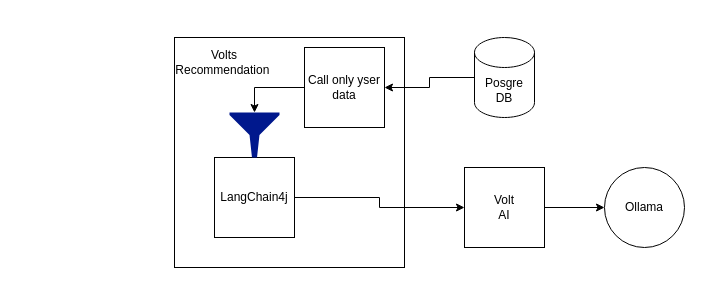
The draw.io diagram documentation/langchain4j_abstraction.drawio in 100volts/100volts-desktop, before the edit. Source tidied: cells renumbered, new cells numbered last; positions are measured from the earlier drawing's top-left corner, leaving out a move shared by most shapes. Both pictures are drawn from the tidied source at 100%, with x=0, y=0 at pixel (174, 37).
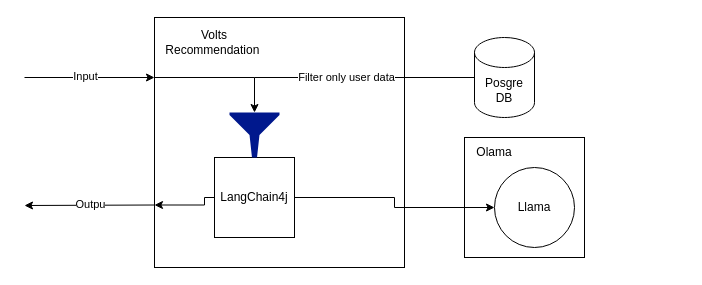
The same page after the edit.

Unchanged cells that the change refers to:
```xml
<mxCell id="4" value="LangChain4j" style="whiteSpace=wrap;html=1;" parent="1" vertex="1">
  <mxGeometry x="40" y="120" width="80" height="80" as="geometry" />
</mxCell>
<mxCell id="8" value="Posgre&lt;div&gt;DB&lt;/div&gt;" style="shape=cylinder3;whiteSpace=wrap;html=1;boundedLbl=1;backgroundOutline=1;size=15;" parent="1" vertex="1">
  <mxGeometry x="300" width="60" height="80" as="geometry" />
</mxCell>
<mxCell id="11" style="sketch=0;shadow=0;dashed=0;html=1;strokeColor=none;labelPosition=center;verticalLabelPosition=bottom;verticalAlign=top;align=center;fillColor=#00188D;shape=mxgraph.mscae.enterprise.filter;" parent="1" vertex="1">
  <mxGeometry x="55" y="75" width="50" height="45" as="geometry" />
</mxCell>
```

What changed in the source:
```diff
@@
     <mxCell id="2" style="whiteSpace=wrap;html=1;" parent="1" vertex="1">
-      <mxGeometry width="230" height="230" as="geometry" />
+      <mxGeometry x="-20" y="-20" width="250" height="250" as="geometry" />
     </mxCell>
-    <mxCell id="3" style="edgeStyle=orthogonalEdgeStyle;rounded=0;jettySize=auto;html=1;entryX=0;entryY=0.5;entryDx=0;entryDy=0;" parent="1" edge="1" source="4" target="6">
-      <mxGeometry relative="1" as="geometry" />
-    </mxCell>
+    <mxCell id="14" style="edgeStyle=orthogonalEdgeStyle;rounded=0;jettySize=auto;html=1;exitX=0;exitY=0.5;exitDx=0;exitDy=0;entryX=0;entryY=0.75;entryDx=0;entryDy=0;" parent="1" edge="1" source="4" target="2">
+      <mxGeometry relative="1" as="geometry">
+        <Array as="points">
+          <mxPoint x="30" y="160" />
+          <mxPoint x="30" y="167" />
+        </Array>
+      </mxGeometry>
+    </mxCell>
@@
-    <mxCell id="5" style="edgeStyle=orthogonalEdgeStyle;rounded=0;jettySize=auto;html=1;entryX=0;entryY=0.5;entryDx=0;entryDy=0;" parent="1" edge="1" source="6" target="9">
-      <mxGeometry relative="1" as="geometry" />
-    </mxCell>
-    <mxCell id="6" value="Volt&lt;div&gt;AI&lt;/div&gt;" style="whiteSpace=wrap;html=1;" parent="1" vertex="1">
-      <mxGeometry x="290" y="130" width="80" height="80" as="geometry" />
-    </mxCell>
-    <mxCell id="7" style="edgeStyle=orthogonalEdgeStyle;rounded=0;jettySize=auto;html=1;entryX=1;entryY=0.5;entryDx=0;entryDy=0;" parent="1" edge="1" source="8" target="10">
+    <mxCell id="7" style="edgeStyle=orthogonalEdgeStyle;rounded=0;jettySize=auto;html=1;entryX=0.5;entryY=0;entryDx=0;entryDy=0;entryPerimeter=0;" parent="1" edge="1" source="8" target="11">
       <mxGeometry relative="1" as="geometry" />
     </mxCell>
+    <mxCell id="15" value="Filter only user data" style="edgeLabel;html=1;align=center;verticalAlign=middle;" parent="7" vertex="1">
+      <mxGeometry x="0.01" y="-1" relative="1" as="geometry" />
+    </mxCell>
@@
-    <mxCell id="9" value="Ollama" style="ellipse;whiteSpace=wrap;html=1;" parent="1" vertex="1">
-      <mxGeometry x="430" y="130" width="80" height="80" as="geometry" />
-    </mxCell>
-    <mxCell id="10" value="Call only yser data" style="whiteSpace=wrap;html=1;" parent="1" vertex="1">
-      <mxGeometry x="130" y="10" width="80" height="80" as="geometry" />
-    </mxCell>
@@
     <mxCell id="12" value="Volts&lt;div&gt;Recommendation&amp;nbsp;&lt;/div&gt;" style="text;html=1;align=center;verticalAlign=middle;whiteSpace=wrap;rounded=0;" parent="1" vertex="1">
-      <mxGeometry x="20" y="10" width="60" height="30" as="geometry" />
+      <mxGeometry x="10" y="-10" width="60" height="30" as="geometry" />
     </mxCell>
-    <mxCell id="13" style="edgeStyle=orthogonalEdgeStyle;rounded=0;jettySize=auto;html=1;entryX=0.5;entryY=0;entryDx=0;entryDy=0;entryPerimeter=0;" parent="1" edge="1" source="10" target="11">
-      <mxGeometry relative="1" as="geometry" />
-    </mxCell>
+    <mxCell id="16" style="whiteSpace=wrap;html=1;" parent="1" vertex="1">
+      <mxGeometry x="290" y="100" width="120" height="120" as="geometry" />
+    </mxCell>
+    <mxCell id="17" value="Llama" style="ellipse;whiteSpace=wrap;html=1;" parent="1" vertex="1">
+      <mxGeometry x="320" y="130" width="80" height="80" as="geometry" />
+    </mxCell>
+    <mxCell id="3" style="edgeStyle=orthogonalEdgeStyle;rounded=0;jettySize=auto;html=1;" parent="1" edge="1" source="4" target="17">
+      <mxGeometry relative="1" as="geometry" />
+    </mxCell>
+    <mxCell id="18" value="Olama" style="text;html=1;align=center;verticalAlign=middle;whiteSpace=wrap;rounded=0;" parent="1" vertex="1">
+      <mxGeometry x="290" y="100" width="60" height="30" as="geometry" />
+    </mxCell>
+    <mxCell id="19" style="endArrow=classic;html=1;rounded=0;" parent="1" edge="1">
+      <mxGeometry relative="1" as="geometry">
+        <mxPoint x="-150" y="40" as="sourcePoint" />
+        <mxPoint x="-20" y="40" as="targetPoint" />
+      </mxGeometry>
+    </mxCell>
+    <mxCell id="20" value="Input" style="edgeLabel;html=1;align=center;verticalAlign=middle;" parent="19" vertex="1">
+      <mxGeometry x="-0.08" y="2" relative="1" as="geometry" />
+    </mxCell>
+    <mxCell id="21" style="endArrow=classic;html=1;rounded=0;exitX=0;exitY=0.75;exitDx=0;exitDy=0;" parent="1" edge="1" source="2">
+      <mxGeometry relative="1" as="geometry">
+        <mxPoint x="-150" y="168" as="targetPoint" />
+      </mxGeometry>
+    </mxCell>
+    <mxCell id="22" value="Outpu" style="edgeLabel;html=1;align=center;verticalAlign=middle;" parent="21" vertex="1">
+      <mxGeometry x="-0.01" y="-1" relative="1" as="geometry" />
+    </mxCell>
+    <mxCell id="23" style="endArrow=none;html=1;rounded=0;endFill=0;" parent="1" edge="1">
+      <mxGeometry relative="1" as="geometry">
+        <mxPoint x="-20" y="40" as="sourcePoint" />
+        <mxPoint x="80" y="40" as="targetPoint" />
+      </mxGeometry>
+    </mxCell>
```
